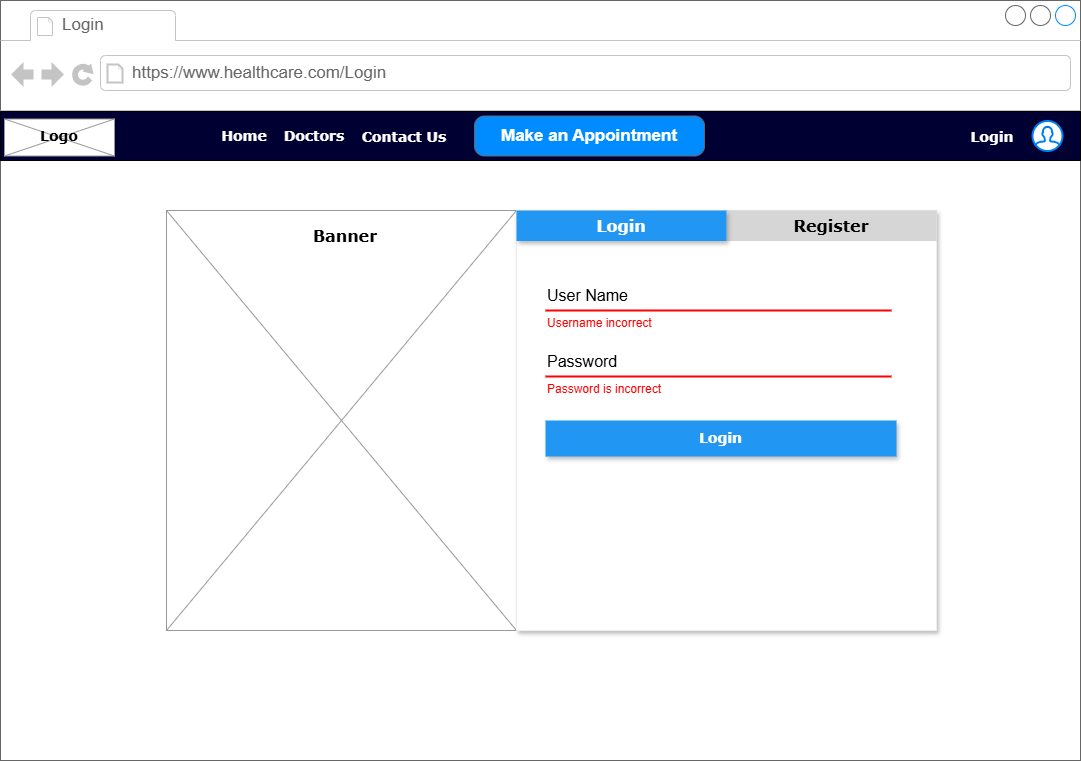
Above: Online-Appointment-for-Healthcare-Clinic/02 - Diagrams/WireFrame_1-Login.png in ZohaibWaqarMalik/Technical-Business-Analyst-Projects (draw.io), before the change. Source tidied: cells renumbered, new cells last; positions are measured from the earlier drawing's top-left corner, leaving out a move shared by most shapes. Source of this version:
```xml
<mxGraphModel>
  <root>
    <mxCell id="0" />
    <mxCell id="1" parent="0" />
    <mxCell id="2" style="strokeWidth=1;shadow=0;dashed=0;align=center;html=1;shape=mxgraph.mockup.containers.browserWindow;rSize=0;strokeColor=#666666;strokeColor2=#008cff;strokeColor3=#c4c4c4;mainText=,;" parent="1" vertex="1">
      <mxGeometry width="1080" height="760" as="geometry" />
    </mxCell>
    <mxCell id="3" value="Login" style="strokeWidth=1;shadow=0;dashed=0;align=center;html=1;shape=mxgraph.mockup.containers.anchor;fontSize=17;fontColor=#666666;align=left;whiteSpace=wrap;" parent="2" vertex="1">
      <mxGeometry x="60" y="12" width="110" height="26" as="geometry" />
    </mxCell>
    <mxCell id="4" value="https://www.healthcare.com/Login" style="strokeWidth=1;shadow=0;dashed=0;align=center;html=1;shape=mxgraph.mockup.containers.anchor;rSize=0;fontSize=17;fontColor=#666666;align=left;" parent="2" vertex="1">
      <mxGeometry x="130" y="60" width="360" height="26" as="geometry" />
    </mxCell>
    <mxCell id="5" style="verticalLabelPosition=bottom;shadow=0;dashed=0;align=center;html=1;verticalAlign=top;strokeWidth=1;shape=mxgraph.mockup.graphics.simpleIcon;strokeColor=#999999;" parent="2" vertex="1">
      <mxGeometry x="166" y="210" width="350" height="420" as="geometry" />
    </mxCell>
    <mxCell id="6" value="&lt;font face=&quot;Verdana&quot; style=&quot;font-size: 16px;&quot;&gt;&lt;b&gt;Banner&lt;/b&gt;&lt;/font&gt;" style="text;html=1;align=center;verticalAlign=middle;whiteSpace=wrap;rounded=0;" parent="2" vertex="1">
      <mxGeometry x="190" y="220" width="310" height="30" as="geometry" />
    </mxCell>
    <mxCell id="7" style="shape=rect;fillColor=#ffffff;strokeColor=#eeeeee;shadow=1;" parent="2" vertex="1">
      <mxGeometry x="516" y="210" width="420" height="420" as="geometry" />
    </mxCell>
    <mxCell id="8" value="&lt;font style=&quot;font-size: 16px;&quot; face=&quot;Verdana&quot;&gt;Register&lt;/font&gt;" style="whiteSpace=wrap;html=1;dashed=0;align=center;fontSize=12;shape=rect;fillColor=#999999;opacity=40;strokeColor=none;fontStyle=1;" parent="7" vertex="1">
      <mxGeometry x="210" width="210" height="30.5" as="geometry" />
    </mxCell>
    <mxCell id="9" value="&lt;span style=&quot;font-family: Verdana; font-size: 16px;&quot;&gt;&lt;font style=&quot;color: rgb(255, 255, 255);&quot;&gt;Login&lt;/font&gt;&lt;/span&gt;" style="whiteSpace=wrap;html=1;dashed=0;align=center;fontSize=12;shape=rect;fillColor=#2196F3;strokeColor=none;fontStyle=1;shadow=1;fontColor=#ffffff;" parent="7" vertex="1">
      <mxGeometry width="210" height="30.5" as="geometry" />
    </mxCell>
    <mxCell id="10" value="User Name" style="text;fontSize=16;verticalAlign=middle;strokeColor=none;fillColor=none;whiteSpace=wrap;html=1;" parent="7" vertex="1">
      <mxGeometry x="29" y="70" width="346" height="30" as="geometry" />
    </mxCell>
    <mxCell id="11" style="dashed=0;shape=line;strokeWidth=2;noLabel=1;strokeColor=#ff0000;" parent="7" vertex="1">
      <mxGeometry x="29" y="95" width="346" height="10" as="geometry" />
    </mxCell>
    <mxCell id="12" value="Username incorrect" style="text;fontColor=#ff0000;fontSize=12;verticalAlign=middle;strokeColor=none;fillColor=none;whiteSpace=wrap;html=1;" parent="7" vertex="1">
      <mxGeometry x="29" y="100" width="346" height="25" as="geometry" />
    </mxCell>
    <mxCell id="13" value="Password" style="text;fontSize=16;verticalAlign=middle;strokeColor=none;fillColor=none;whiteSpace=wrap;html=1;" parent="7" vertex="1">
      <mxGeometry x="29" y="136" width="346" height="30" as="geometry" />
    </mxCell>
    <mxCell id="14" style="dashed=0;shape=line;strokeWidth=2;noLabel=1;strokeColor=#ff0000;" parent="7" vertex="1">
      <mxGeometry x="29" y="161" width="346" height="10" as="geometry" />
    </mxCell>
    <mxCell id="15" value="Password is incorrect" style="text;fontColor=#ff0000;fontSize=12;verticalAlign=middle;strokeColor=none;fillColor=none;whiteSpace=wrap;html=1;" parent="7" vertex="1">
      <mxGeometry x="29" y="166" width="346" height="25" as="geometry" />
    </mxCell>
    <mxCell id="16" value="&lt;font style=&quot;font-size: 14px;&quot; face=&quot;Verdana&quot;&gt;Login&lt;/font&gt;" style="whiteSpace=wrap;html=1;dashed=0;align=center;fontSize=12;shape=rect;fillColor=#2196F3;strokeColor=none;fontStyle=1;shadow=1;fontColor=#ffffff;" parent="7" vertex="1">
      <mxGeometry x="29" y="210" width="351" height="36" as="geometry" />
    </mxCell>
    <mxCell id="17" style="verticalLabelPosition=bottom;verticalAlign=top;html=1;shape=mxgraph.basic.patternFillRect;fillStyle=solid;step=5;fillStrokeWidth=0.2;fillStrokeColor=#dddddd;fillColor=#000033;" parent="1" vertex="1">
      <mxGeometry y="111" width="1080" height="49" as="geometry" />
    </mxCell>
    <mxCell id="18" value="Make an Appointment" style="strokeWidth=1;shadow=0;dashed=0;align=center;html=1;shape=mxgraph.mockup.buttons.button;strokeColor=#666666;fontColor=#ffffff;mainText=;buttonStyle=round;fontSize=17;fontStyle=1;fillColor=#008cff;whiteSpace=wrap;" parent="1" vertex="1">
      <mxGeometry x="474" y="115.5" width="230" height="40" as="geometry" />
    </mxCell>
    <mxCell id="19" style="verticalLabelPosition=bottom;shadow=0;dashed=0;align=center;html=1;verticalAlign=top;strokeWidth=1;shape=mxgraph.mockup.graphics.simpleIcon;strokeColor=#999999;" parent="1" vertex="1">
      <mxGeometry x="4" y="118.5" width="110" height="37" as="geometry" />
    </mxCell>
    <mxCell id="20" value="&lt;font face=&quot;Verdana&quot; style=&quot;font-size: 14px;&quot;&gt;&lt;b&gt;Logo&lt;/b&gt;&lt;/font&gt;" style="text;html=1;align=center;verticalAlign=middle;whiteSpace=wrap;rounded=0;" parent="1" vertex="1">
      <mxGeometry x="29" y="120.5" width="60" height="30" as="geometry" />
    </mxCell>
    <mxCell id="21" value="&lt;font face=&quot;Verdana&quot; style=&quot;font-size: 14px;&quot;&gt;&lt;b&gt;Home&lt;/b&gt;&lt;/font&gt;" style="text;html=1;align=center;verticalAlign=middle;whiteSpace=wrap;rounded=0;fontColor=#FFFFFF;" parent="1" vertex="1">
      <mxGeometry x="214" y="120.5" width="60" height="30" as="geometry" />
    </mxCell>
    <mxCell id="22" value="&lt;font face=&quot;Verdana&quot; style=&quot;font-size: 14px;&quot;&gt;&lt;b&gt;Doctors&lt;/b&gt;&lt;/font&gt;" style="text;html=1;align=center;verticalAlign=middle;whiteSpace=wrap;rounded=0;fontColor=#FFFFFF;" parent="1" vertex="1">
      <mxGeometry x="284" y="120.5" width="60" height="30" as="geometry" />
    </mxCell>
    <mxCell id="23" value="&lt;font face=&quot;Verdana&quot; style=&quot;font-size: 14px;&quot;&gt;&lt;b&gt;Contact Us&lt;/b&gt;&lt;/font&gt;" style="text;html=1;align=center;verticalAlign=middle;whiteSpace=wrap;rounded=0;fontColor=#FFFFFF;" parent="1" vertex="1">
      <mxGeometry x="359" y="122" width="90" height="30" as="geometry" />
    </mxCell>
    <mxCell id="24" style="html=1;verticalLabelPosition=bottom;align=center;labelBackgroundColor=#ffffff;verticalAlign=top;strokeWidth=2;strokeColor=#0080F0;shadow=0;dashed=0;shape=mxgraph.ios7.icons.user;" parent="1" vertex="1">
      <mxGeometry x="1032" y="120.5" width="30" height="30" as="geometry" />
    </mxCell>
    <mxCell id="25" value="&lt;font face=&quot;Verdana&quot; style=&quot;font-size: 14px;&quot;&gt;&lt;b&gt;Login&lt;/b&gt;&lt;/font&gt;" style="text;html=1;align=center;verticalAlign=middle;whiteSpace=wrap;rounded=0;fontColor=#FFFFFF;" parent="1" vertex="1">
      <mxGeometry x="962" y="122" width="60" height="30" as="geometry" />
    </mxCell>
  </root>
</mxGraphModel>
```
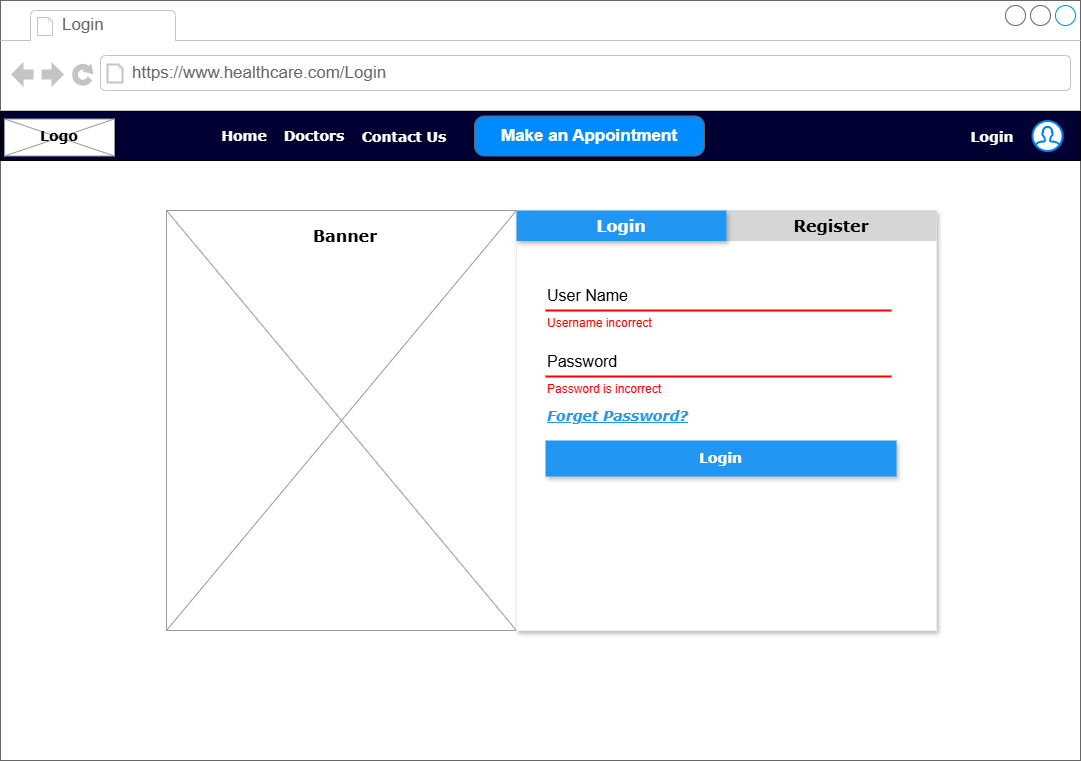
The same file after the commit.

What changed in the source:
```diff
@@ -2,7 +2,7 @@
   <root>
     <mxCell id="0" />
     <mxCell id="1" parent="0" />
-    <mxCell id="2" style="strokeWidth=1;shadow=0;dashed=0;align=center;html=1;shape=mxgraph.mockup.containers.browserWindow;rSize=0;strokeColor=#666666;strokeColor2=#008cff;strokeColor3=#c4c4c4;mainText=,;" parent="1" vertex="1">
+    <mxCell id="2" style="strokeWidth=1;shadow=0;dashed=0;align=center;html=1;shape=mxgraph.mockup.containers.browserWindow;rSize=0;strokeColor=#666666;strokeColor2=#008cff;strokeColor3=#c4c4c4;mainText=,;fontColor=light-dark(#5b5be1, #cdcdff);" parent="1" vertex="1">
       <mxGeometry width="1080" height="760" as="geometry" />
     </mxCell>
     <mxCell id="3" value="Login" style="strokeWidth=1;shadow=0;dashed=0;align=center;html=1;shape=mxgraph.mockup.containers.anchor;fontSize=17;fontColor=#666666;align=left;whiteSpace=wrap;" parent="2" vertex="1">
@@ -45,8 +45,11 @@
       <mxGeometry x="29" y="166" width="346" height="25" as="geometry" />
     </mxCell>
     <mxCell id="16" value="&lt;font style=&quot;font-size: 14px;&quot; face=&quot;Verdana&quot;&gt;Login&lt;/font&gt;" style="whiteSpace=wrap;html=1;dashed=0;align=center;fontSize=12;shape=rect;fillColor=#2196F3;strokeColor=none;fontStyle=1;shadow=1;fontColor=#ffffff;" parent="7" vertex="1">
-      <mxGeometry x="29" y="210" width="351" height="36" as="geometry" />
+      <mxGeometry x="29" y="230" width="351" height="36" as="geometry" />
     </mxCell>
+    <mxCell id="26" value="&lt;i&gt;&lt;b&gt;&lt;font style=&quot;font-size: 14px;&quot; face=&quot;Verdana&quot;&gt;Forget Password?&lt;/font&gt;&lt;/b&gt;&lt;/i&gt;" style="text;fontSize=16;verticalAlign=middle;strokeColor=none;fillColor=none;whiteSpace=wrap;html=1;fontStyle=4;fontColor=light-dark(#2196F3,#CDCDFF);" parent="7" vertex="1">
+      <mxGeometry x="29" y="190" width="346" height="30" as="geometry" />
+    </mxCell>
     <mxCell id="17" style="verticalLabelPosition=bottom;verticalAlign=top;html=1;shape=mxgraph.basic.patternFillRect;fillStyle=solid;step=5;fillStrokeWidth=0.2;fillStrokeColor=#dddddd;fillColor=#000033;" parent="1" vertex="1">
       <mxGeometry y="111" width="1080" height="49" as="geometry" />
     </mxCell>
```
